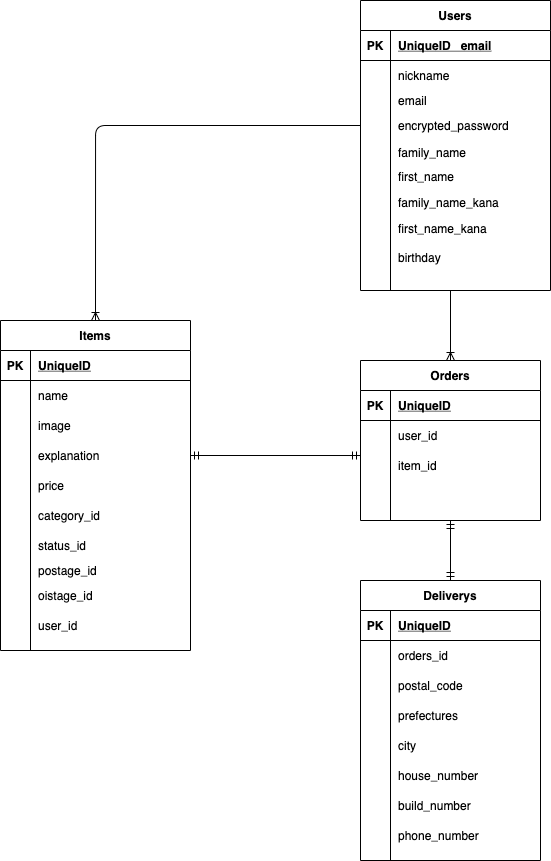
The draw.io diagram config/locales/test.drawio.png in mondenchan/furima-37098, before a commit. Source tidied: cells renumbered, new cells last; positions are measured from the earlier drawing's top-left corner, leaving out a move shared by most shapes.
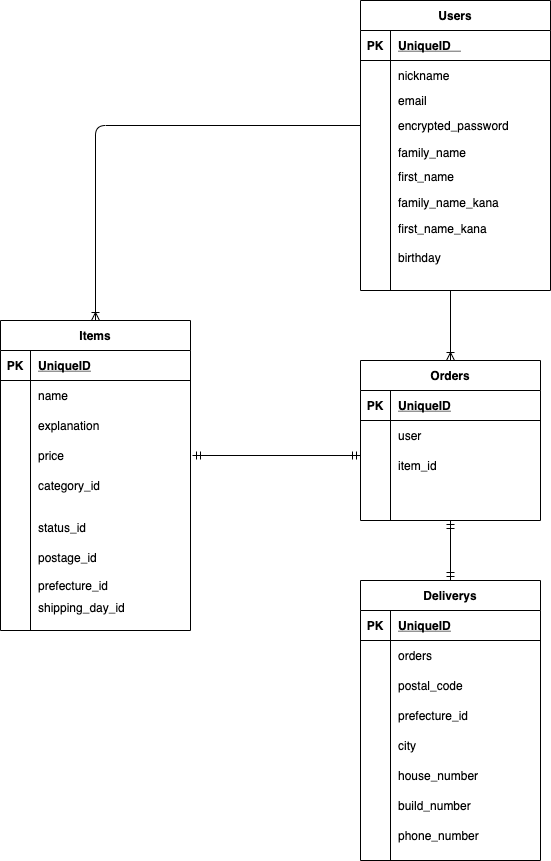
After the commit.

Commit message:
READMOE及びER図修正

Change to the diagram source:
```diff
@@ -3,7 +3,7 @@
     <mxCell id="0" />
     <mxCell id="1" parent="0" />
     <mxCell id="2" value="Items" style="shape=table;startSize=30;rowLines=0;fontStyle=1;align=center;" parent="1" vertex="1">
-      <mxGeometry y="320" width="190" height="330" as="geometry" />
+      <mxGeometry y="320" width="190" height="310" as="geometry" />
     </mxCell>
     <mxCell id="3" style="shape=partialRectangle;fillColor=none;top=0;left=0;bottom=1;right=0;" parent="2" vertex="1">
       <mxGeometry y="30" width="190" height="30" as="geometry" />
@@ -23,17 +23,8 @@
     <mxCell id="8" value="name" style="shape=partialRectangle;fillColor=none;top=0;left=0;bottom=0;right=0;align=left;spacingLeft=6;overflow=hidden;" parent="6" vertex="1">
       <mxGeometry x="30" width="160" height="30" as="geometry" />
     </mxCell>
-    <mxCell id="9" style="shape=partialRectangle;fillColor=none;top=0;left=0;bottom=0;right=0;" parent="2" vertex="1">
-      <mxGeometry y="90" width="190" height="30" as="geometry" />
-    </mxCell>
-    <mxCell id="10" style="shape=partialRectangle;fillColor=none;top=0;left=0;bottom=0;right=0;overflow=hidden;" parent="9" vertex="1">
-      <mxGeometry width="30" height="30" as="geometry" />
-    </mxCell>
-    <mxCell id="11" value="image" style="shape=partialRectangle;fillColor=none;top=0;left=0;bottom=0;right=0;align=left;spacingLeft=6;overflow=hidden;" parent="9" vertex="1">
-      <mxGeometry x="30" width="160" height="30" as="geometry" />
-    </mxCell>
     <mxCell id="12" style="shape=partialRectangle;fillColor=none;top=0;left=0;bottom=0;right=0;points=[[0,0.5],[1,0.5]];portConstraint=eastwest;" parent="2" vertex="1">
-      <mxGeometry y="120" width="190" height="30" as="geometry" />
+      <mxGeometry y="90" width="190" height="30" as="geometry" />
     </mxCell>
     <mxCell id="13" style="shape=partialRectangle;fillColor=none;top=0;left=0;bottom=0;right=0;overflow=hidden;" parent="12" vertex="1">
       <mxGeometry width="30" height="30" as="geometry" />
@@ -42,7 +33,7 @@
       <mxGeometry x="30" width="160" height="30" as="geometry" />
     </mxCell>
     <mxCell id="15" style="shape=partialRectangle;fillColor=none;top=0;left=0;bottom=0;right=0;" parent="2" vertex="1">
-      <mxGeometry y="150" width="190" height="30" as="geometry" />
+      <mxGeometry y="120" width="190" height="30" as="geometry" />
     </mxCell>
     <mxCell id="16" style="shape=partialRectangle;fillColor=none;top=0;left=0;bottom=0;right=0;overflow=hidden;" parent="15" vertex="1">
       <mxGeometry width="30" height="30" as="geometry" />
@@ -51,7 +42,7 @@
       <mxGeometry x="30" width="160" height="30" as="geometry" />
     </mxCell>
     <mxCell id="18" style="shape=partialRectangle;fillColor=none;top=0;left=0;bottom=0;right=0;" parent="2" vertex="1">
-      <mxGeometry y="180" width="190" height="30" as="geometry" />
+      <mxGeometry y="150" width="190" height="30" as="geometry" />
     </mxCell>
     <mxCell id="19" style="shape=partialRectangle;fillColor=none;top=0;left=0;bottom=0;right=0;overflow=hidden;" parent="18" vertex="1">
       <mxGeometry width="30" height="30" as="geometry" />
@@ -77,7 +68,7 @@
     <mxCell id="26" style="shape=partialRectangle;fillColor=none;top=0;left=0;bottom=0;right=0;overflow=hidden;" parent="25" vertex="1">
       <mxGeometry width="30" height="30" as="geometry" />
     </mxCell>
-    <mxCell id="27" value="user_id" style="shape=partialRectangle;fillColor=none;top=0;left=0;bottom=0;right=0;align=left;spacingLeft=6;overflow=hidden;" parent="25" vertex="1">
+    <mxCell id="27" value="user" style="shape=partialRectangle;fillColor=none;top=0;left=0;bottom=0;right=0;align=left;spacingLeft=6;overflow=hidden;" parent="25" vertex="1">
       <mxGeometry x="30" width="150" height="30" as="geometry" />
     </mxCell>
     <mxCell id="28" style="shape=partialRectangle;fillColor=none;top=0;left=0;bottom=0;right=0;points=[[0,0.5],[1,0.5]];portConstraint=eastwest;" parent="21" vertex="1">
@@ -116,7 +107,7 @@
     <mxCell id="39" style="shape=partialRectangle;fillColor=none;top=0;left=0;bottom=0;right=0;overflow=hidden;" parent="38" vertex="1">
       <mxGeometry width="30" height="30" as="geometry" />
     </mxCell>
-    <mxCell id="40" value="orders_id" style="shape=partialRectangle;fillColor=none;top=0;left=0;bottom=0;right=0;align=left;spacingLeft=6;overflow=hidden;" parent="38" vertex="1">
+    <mxCell id="40" value="orders" style="shape=partialRectangle;fillColor=none;top=0;left=0;bottom=0;right=0;align=left;spacingLeft=6;overflow=hidden;" parent="38" vertex="1">
       <mxGeometry x="30" width="150" height="30" as="geometry" />
     </mxCell>
     <mxCell id="41" style="shape=partialRectangle;fillColor=none;top=0;left=0;bottom=0;right=0;" parent="34" vertex="1">
@@ -134,7 +125,7 @@
     <mxCell id="45" style="shape=partialRectangle;fillColor=none;top=0;left=0;bottom=0;right=0;overflow=hidden;" parent="44" vertex="1">
       <mxGeometry width="30" height="30" as="geometry" />
     </mxCell>
-    <mxCell id="46" value="prefectures" style="shape=partialRectangle;fillColor=none;top=0;left=0;bottom=0;right=0;align=left;spacingLeft=6;overflow=hidden;" parent="44" vertex="1">
+    <mxCell id="46" value="prefecture_id" style="shape=partialRectangle;fillColor=none;top=0;left=0;bottom=0;right=0;align=left;spacingLeft=6;overflow=hidden;" parent="44" vertex="1">
       <mxGeometry x="30" width="150" height="30" as="geometry" />
     </mxCell>
     <mxCell id="47" style="shape=partialRectangle;fillColor=none;top=0;left=0;bottom=0;right=0;" parent="34" vertex="1">
@@ -182,7 +173,7 @@
     <mxCell id="61" value="PK" style="shape=partialRectangle;fillColor=none;top=0;left=0;bottom=0;right=0;fontStyle=1;overflow=hidden;" parent="60" vertex="1">
       <mxGeometry width="30" height="30" as="geometry" />
     </mxCell>
-    <mxCell id="62" value="UniqueID   email" style="shape=partialRectangle;fillColor=none;top=0;left=0;bottom=0;right=0;align=left;spacingLeft=6;fontStyle=5;overflow=hidden;" parent="60" vertex="1">
+    <mxCell id="62" value="UniqueID   " style="shape=partialRectangle;fillColor=none;top=0;left=0;bottom=0;right=0;align=left;spacingLeft=6;fontStyle=5;overflow=hidden;" parent="60" vertex="1">
       <mxGeometry x="30" width="160" height="30" as="geometry" />
     </mxCell>
     <mxCell id="63" style="shape=partialRectangle;fillColor=none;top=0;left=0;bottom=0;right=0;" parent="59" vertex="1">
@@ -228,16 +219,16 @@
       <mxGeometry x="390" y="242" width="160" height="30" as="geometry" />
     </mxCell>
     <mxCell id="77" value="status_id" style="shape=partialRectangle;fillColor=none;top=0;left=0;bottom=0;right=0;align=left;spacingLeft=6;overflow=hidden;" parent="1" vertex="1">
-      <mxGeometry x="30" y="530" width="160" height="30" as="geometry" />
+      <mxGeometry x="30" y="512" width="160" height="30" as="geometry" />
     </mxCell>
     <mxCell id="78" value="postage_id" style="shape=partialRectangle;fillColor=none;top=0;left=0;bottom=0;right=0;align=left;spacingLeft=6;overflow=hidden;" parent="1" vertex="1">
-      <mxGeometry x="30" y="555" width="160" height="30" as="geometry" />
+      <mxGeometry x="30" y="542" width="160" height="30" as="geometry" />
     </mxCell>
-    <mxCell id="79" value="oistage_id" style="shape=partialRectangle;fillColor=none;top=0;left=0;bottom=0;right=0;align=left;spacingLeft=6;overflow=hidden;" parent="1" vertex="1">
-      <mxGeometry x="30" y="580" width="160" height="30" as="geometry" />
+    <mxCell id="79" value="prefecture_id" style="shape=partialRectangle;fillColor=none;top=0;left=0;bottom=0;right=0;align=left;spacingLeft=6;overflow=hidden;" parent="1" vertex="1">
+      <mxGeometry x="30" y="570" width="160" height="30" as="geometry" />
     </mxCell>
-    <mxCell id="80" value="user_id" style="shape=partialRectangle;fillColor=none;top=0;left=0;bottom=0;right=0;align=left;spacingLeft=6;overflow=hidden;" parent="1" vertex="1">
-      <mxGeometry x="30" y="610" width="160" height="30" as="geometry" />
+    <mxCell id="80" value="shipping_day_id" style="shape=partialRectangle;fillColor=none;top=0;left=0;bottom=0;right=0;align=left;spacingLeft=6;overflow=hidden;" parent="1" vertex="1">
+      <mxGeometry x="30" y="592" width="160" height="30" as="geometry" />
     </mxCell>
     <mxCell id="81" style="edgeStyle=orthogonalEdgeStyle;fontSize=12;html=1;endArrow=ERoneToMany;exitX=0;exitY=0.5;exitDx=0;exitDy=0;entryX=0.5;entryY=0;entryDx=0;entryDy=0;" parent="1" edge="1" source="69" target="2">
       <mxGeometry relative="1" as="geometry" />
@@ -250,8 +241,10 @@
     <mxCell id="83" style="fontSize=12;html=1;endArrow=ERmandOne;startArrow=ERmandOne;entryX=0.5;entryY=1;entryDx=0;entryDy=0;exitX=0.5;exitY=0;exitDx=0;exitDy=0;" parent="1" edge="1" source="34" target="21">
       <mxGeometry relative="1" as="geometry" />
     </mxCell>
-    <mxCell id="84" style="fontSize=12;html=1;endArrow=ERmandOne;startArrow=ERmandOne;exitX=1;exitY=0.5;exitDx=0;exitDy=0;entryX=0;entryY=0.167;entryDx=0;entryDy=0;entryPerimeter=0;" parent="1" edge="1" source="12" target="28">
-      <mxGeometry relative="1" as="geometry" />
+    <mxCell id="84" style="fontSize=12;html=1;endArrow=ERmandOne;startArrow=ERmandOne;entryX=0;entryY=0.167;entryDx=0;entryDy=0;entryPerimeter=0;" parent="1" edge="1" target="28">
+      <mxGeometry relative="1" as="geometry">
+        <mxPoint x="192" y="455" as="sourcePoint" />
+      </mxGeometry>
     </mxCell>
   </root>
 </mxGraphModel>
```
